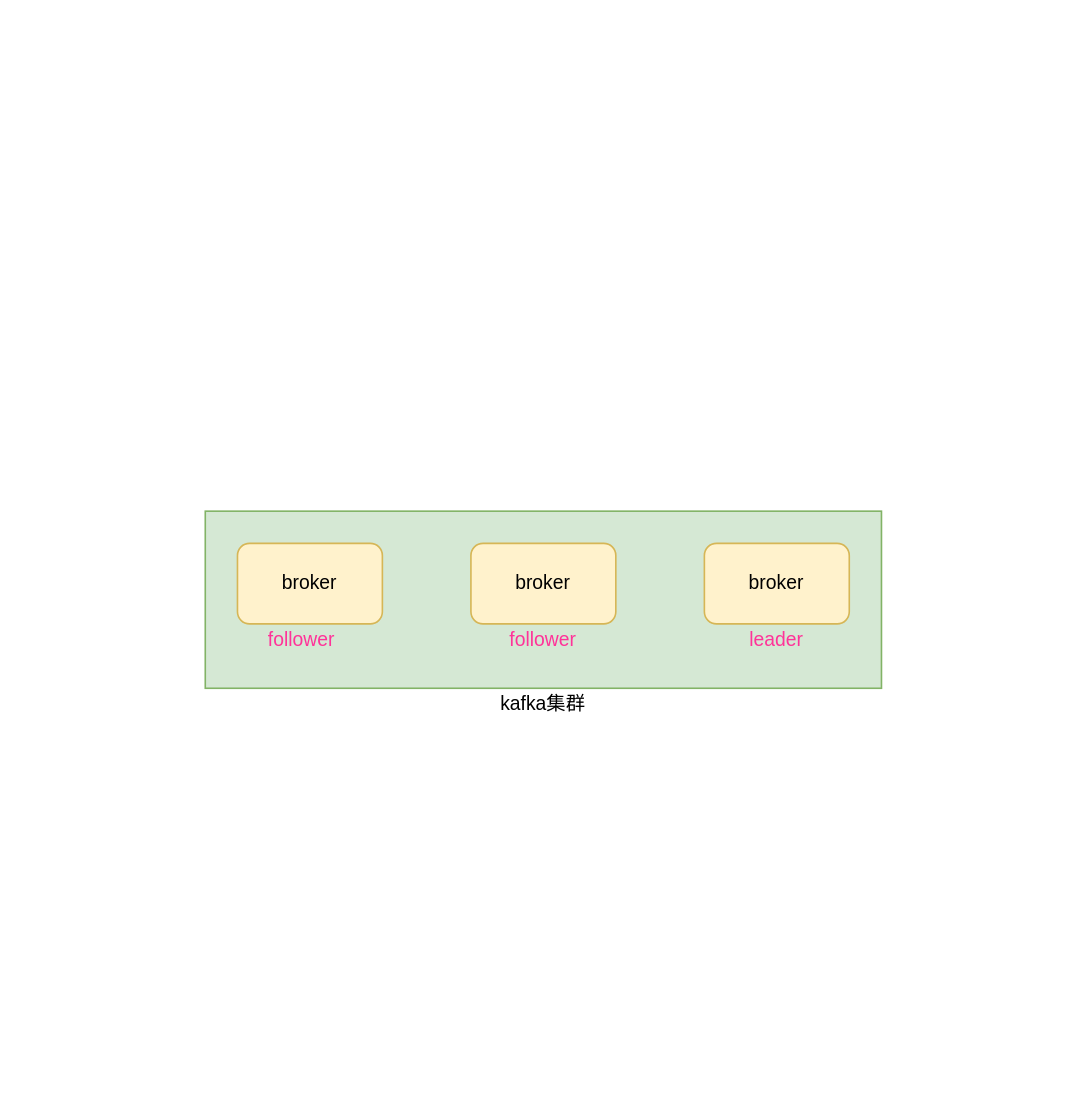
Before: src/main/resources/picture/kafka/kafka.drawio in zilanghuo/project-summary, a draw.io diagram. Source tidied: cells renumbered, new cells numbered last; positions are measured from the earlier drawing's top-left corner, leaving out a move shared by most shapes. Both pictures are drawn from the tidied source at 161%, with x=0, y=0 at pixel (204, 510).
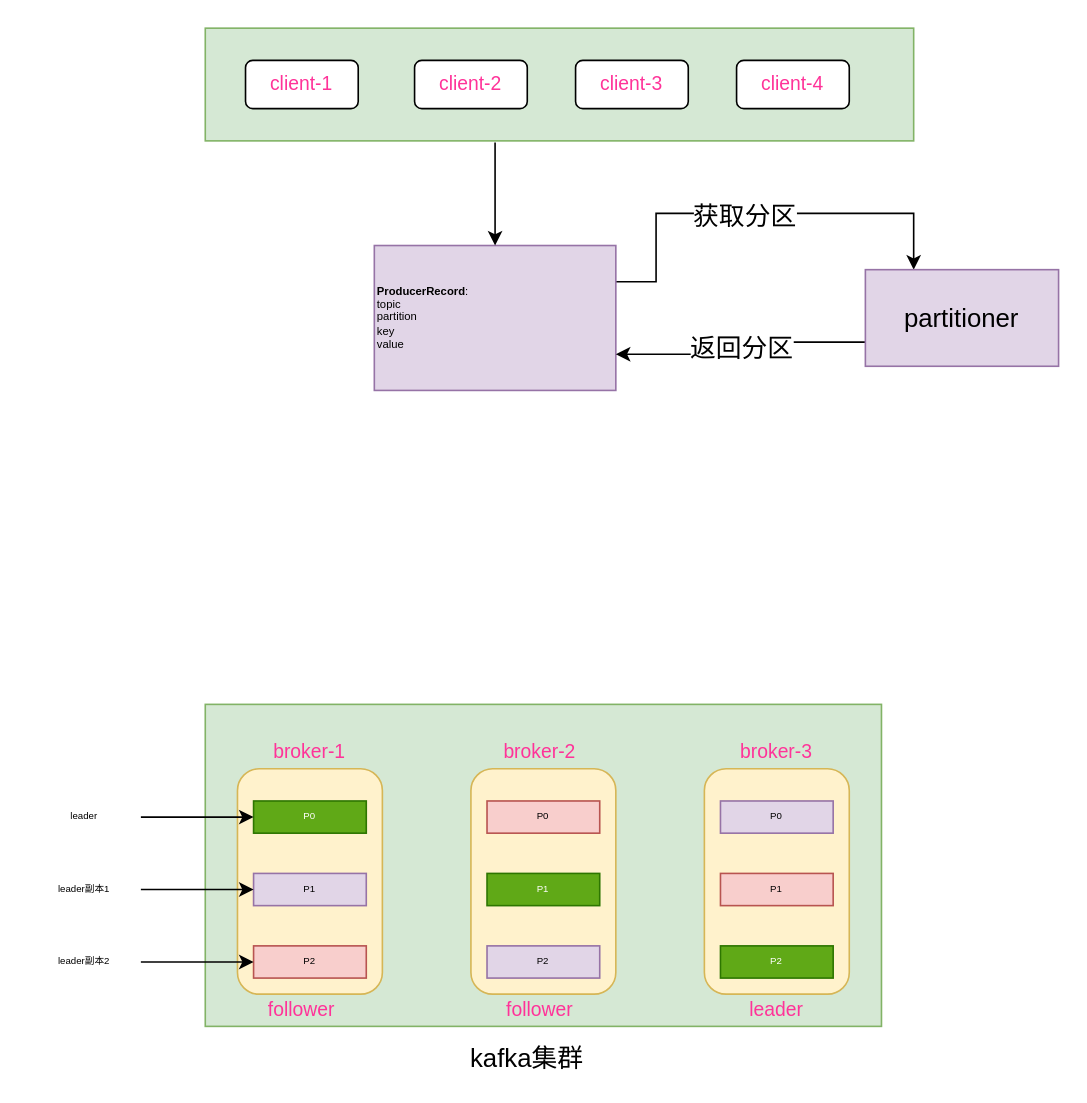
After the change.

What changed in the source:
```diff
@@
     <mxCell id="2" style="rounded=0;whiteSpace=wrap;html=1;fillColor=#d5e8d4;strokeColor=#82b366;" parent="1" vertex="1">
-      <mxGeometry width="420" height="110" as="geometry" />
+      <mxGeometry y="120" width="420" height="200" as="geometry" />
     </mxCell>
-    <mxCell id="3" value="broker" style="rounded=1;whiteSpace=wrap;html=1;fillColor=#fff2cc;strokeColor=#d6b656;" parent="1" vertex="1">
-      <mxGeometry x="20" y="20" width="90" height="50" as="geometry" />
+    <mxCell id="3" style="rounded=1;whiteSpace=wrap;html=1;fillColor=#fff2cc;strokeColor=#d6b656;" parent="1" vertex="1">
+      <mxGeometry x="20" y="160" width="90" height="140" as="geometry" />
     </mxCell>
-    <mxCell id="4" value="broker" style="rounded=1;whiteSpace=wrap;html=1;fillColor=#fff2cc;strokeColor=#d6b656;" parent="1" vertex="1">
-      <mxGeometry x="165" y="20" width="90" height="50" as="geometry" />
+    <mxCell id="4" style="rounded=1;whiteSpace=wrap;html=1;fillColor=#fff2cc;strokeColor=#d6b656;" parent="1" vertex="1">
+      <mxGeometry x="165" y="160" width="90" height="140" as="geometry" />
     </mxCell>
-    <mxCell id="5" value="broker" style="rounded=1;whiteSpace=wrap;html=1;fillColor=#fff2cc;strokeColor=#d6b656;" parent="1" vertex="1">
-      <mxGeometry x="310" y="20" width="90" height="50" as="geometry" />
+    <mxCell id="5" style="rounded=1;whiteSpace=wrap;html=1;fillColor=#fff2cc;strokeColor=#d6b656;" parent="1" vertex="1">
+      <mxGeometry x="310" y="160" width="90" height="140" as="geometry" />
     </mxCell>
-    <mxCell id="6" value="kafka集群" style="text;html=1;strokeColor=none;fillColor=none;align=center;verticalAlign=middle;whiteSpace=wrap;rounded=0;" parent="1" vertex="1">
-      <mxGeometry x="130" y="110" width="160" height="20" as="geometry" />
+    <mxCell id="6" value="kafka集群" style="text;html=1;strokeColor=none;fillColor=none;align=center;verticalAlign=middle;whiteSpace=wrap;rounded=0;fontSize=16;" parent="1" vertex="1">
+      <mxGeometry x="120" y="330" width="160" height="20" as="geometry" />
     </mxCell>
     <mxCell id="7" value="follower" style="text;html=1;strokeColor=none;fillColor=none;align=center;verticalAlign=middle;whiteSpace=wrap;rounded=0;fontColor=#FF3399;" parent="1" vertex="1">
-      <mxGeometry x="40" y="70" width="40" height="20" as="geometry" />
+      <mxGeometry x="40" y="300" width="40" height="20" as="geometry" />
     </mxCell>
     <mxCell id="8" value="follower" style="text;html=1;strokeColor=none;fillColor=none;align=center;verticalAlign=middle;whiteSpace=wrap;rounded=0;fontColor=#FF3399;" parent="1" vertex="1">
-      <mxGeometry x="190" y="70" width="40" height="20" as="geometry" />
+      <mxGeometry x="187.5" y="300" width="40" height="20" as="geometry" />
     </mxCell>
     <mxCell id="9" value="leader" style="text;html=1;strokeColor=none;fillColor=none;align=center;verticalAlign=middle;whiteSpace=wrap;rounded=0;fontColor=#FF3399;" parent="1" vertex="1">
-      <mxGeometry x="335" y="70" width="40" height="20" as="geometry" />
+      <mxGeometry x="335" y="300" width="40" height="20" as="geometry" />
     </mxCell>
+    <mxCell id="10" style="rounded=0;whiteSpace=wrap;html=1;fillColor=#d5e8d4;strokeColor=#82b366;" parent="1" vertex="1">
+      <mxGeometry y="-300" width="440" height="70" as="geometry" />
+    </mxCell>
+    <mxCell id="11" value="client-1" style="rounded=1;whiteSpace=wrap;html=1;fontColor=#FF3399;" parent="1" vertex="1">
+      <mxGeometry x="25" y="-280" width="70" height="30" as="geometry" />
+    </mxCell>
+    <mxCell id="12" value="client-2" style="rounded=1;whiteSpace=wrap;html=1;fontColor=#FF3399;" parent="1" vertex="1">
+      <mxGeometry x="130" y="-280" width="70" height="30" as="geometry" />
+    </mxCell>
+    <mxCell id="13" value="client-3" style="rounded=1;whiteSpace=wrap;html=1;fontColor=#FF3399;" parent="1" vertex="1">
+      <mxGeometry x="230" y="-280" width="70" height="30" as="geometry" />
+    </mxCell>
+    <mxCell id="14" value="client-4" style="rounded=1;whiteSpace=wrap;html=1;fontColor=#FF3399;" parent="1" vertex="1">
+      <mxGeometry x="330" y="-280" width="70" height="30" as="geometry" />
+    </mxCell>
+    <mxCell id="15" style="edgeStyle=orthogonalEdgeStyle;rounded=0;jettySize=auto;html=1;exitX=1;exitY=0.25;exitDx=0;exitDy=0;fontSize=16;fontColor=#000000;entryX=0.25;entryY=0;entryDx=0;entryDy=0;" parent="1" edge="1" source="17" target="38">
+      <mxGeometry relative="1" as="geometry">
+        <Array as="points">
+          <mxPoint x="280" y="-142" />
+          <mxPoint x="280" y="-185" />
+          <mxPoint x="440" y="-185" />
+        </Array>
+      </mxGeometry>
+    </mxCell>
+    <mxCell id="16" value="获取分区" style="text;html=1;align=center;verticalAlign=middle;labelBackgroundColor=#ffffff;fontSize=16;fontColor=#000000;" parent="15" vertex="1">
+      <mxGeometry x="-0.07" y="-1" relative="1" as="geometry" />
+    </mxCell>
+    <mxCell id="17" value="&lt;div style=&quot;text-align: left ; font-size: 7px&quot;&gt;&lt;font style=&quot;font-size: 7px&quot;&gt;&lt;b&gt;ProducerRecord&lt;/b&gt;:&lt;/font&gt;&lt;/div&gt;&lt;div style=&quot;text-align: left ; font-size: 7px&quot;&gt;&lt;font style=&quot;font-size: 7px&quot;&gt;topic&lt;/font&gt;&lt;/div&gt;&lt;div style=&quot;text-align: left ; font-size: 7px&quot;&gt;&lt;font style=&quot;font-size: 7px&quot;&gt;partition&lt;/font&gt;&lt;/div&gt;&lt;div style=&quot;text-align: left ; font-size: 7px&quot;&gt;&lt;font style=&quot;font-size: 7px&quot;&gt;key&lt;/font&gt;&lt;/div&gt;&lt;div style=&quot;text-align: left ; font-size: 7px&quot;&gt;&lt;font style=&quot;font-size: 7px&quot;&gt;value&lt;/font&gt;&lt;/div&gt;" style="rounded=0;whiteSpace=wrap;html=1;align=left;fontSize=6;fillColor=#e1d5e7;strokeColor=#9673a6;" parent="1" vertex="1">
+      <mxGeometry x="105" y="-165" width="150" height="90" as="geometry" />
+    </mxCell>
+    <mxCell id="18" style="endArrow=classic;html=1;fontColor=#FF3399;entryX=0.5;entryY=0;entryDx=0;entryDy=0;" parent="1" edge="1" target="17">
+      <mxGeometry relative="1" as="geometry">
+        <mxPoint x="180" y="-229" as="sourcePoint" />
+      </mxGeometry>
+    </mxCell>
+    <mxCell id="19" value="P0" style="rounded=0;whiteSpace=wrap;html=1;fontSize=6;fontColor=#ffffff;align=center;fillColor=#60a917;strokeColor=#2D7600;" parent="1" vertex="1">
+      <mxGeometry x="30" y="180" width="70" height="20" as="geometry" />
+    </mxCell>
+    <mxCell id="20" value="P0" style="rounded=0;whiteSpace=wrap;html=1;fontSize=6;align=center;fillColor=#f8cecc;strokeColor=#b85450;" parent="1" vertex="1">
+      <mxGeometry x="175" y="180" width="70" height="20" as="geometry" />
+    </mxCell>
+    <mxCell id="21" value="P0" style="rounded=0;whiteSpace=wrap;html=1;fontSize=6;align=center;fillColor=#e1d5e7;strokeColor=#9673a6;" parent="1" vertex="1">
+      <mxGeometry x="320" y="180" width="70" height="20" as="geometry" />
+    </mxCell>
+    <mxCell id="22" value="P1" style="rounded=0;whiteSpace=wrap;html=1;fontSize=6;align=center;fillColor=#e1d5e7;strokeColor=#9673a6;" parent="1" vertex="1">
+      <mxGeometry x="30" y="225" width="70" height="20" as="geometry" />
+    </mxCell>
+    <mxCell id="23" value="P2" style="rounded=0;whiteSpace=wrap;html=1;fontSize=6;align=center;fillColor=#f8cecc;strokeColor=#b85450;" parent="1" vertex="1">
+      <mxGeometry x="30" y="270" width="70" height="20" as="geometry" />
+    </mxCell>
+    <mxCell id="24" value="P1" style="rounded=0;whiteSpace=wrap;html=1;fontSize=6;fontColor=#ffffff;align=center;fillColor=#60a917;strokeColor=#2D7600;" parent="1" vertex="1">
+      <mxGeometry x="175" y="225" width="70" height="20" as="geometry" />
+    </mxCell>
+    <mxCell id="25" value="P2" style="rounded=0;whiteSpace=wrap;html=1;fontSize=6;align=center;fillColor=#e1d5e7;strokeColor=#9673a6;" parent="1" vertex="1">
+      <mxGeometry x="175" y="270" width="70" height="20" as="geometry" />
+    </mxCell>
+    <mxCell id="26" value="P1" style="rounded=0;whiteSpace=wrap;html=1;fontSize=6;align=center;fillColor=#f8cecc;strokeColor=#b85450;" parent="1" vertex="1">
+      <mxGeometry x="320" y="225" width="70" height="20" as="geometry" />
+    </mxCell>
+    <mxCell id="27" value="P2" style="rounded=0;whiteSpace=wrap;html=1;fontSize=6;fontColor=#ffffff;align=center;fillColor=#60a917;strokeColor=#2D7600;" parent="1" vertex="1">
+      <mxGeometry x="320" y="270" width="70" height="20" as="geometry" />
+    </mxCell>
+    <mxCell id="28" style="edgeStyle=orthogonalEdgeStyle;rounded=0;jettySize=auto;html=1;exitX=1;exitY=0.5;exitDx=0;exitDy=0;entryX=0;entryY=0.5;entryDx=0;entryDy=0;fontSize=6;fontColor=#000000;" parent="1" edge="1" source="29" target="19">
+      <mxGeometry relative="1" as="geometry" />
+    </mxCell>
+    <mxCell id="29" value="leader" style="text;html=1;strokeColor=none;fillColor=none;align=center;verticalAlign=middle;whiteSpace=wrap;rounded=0;fontSize=6;fontColor=#000000;" parent="1" vertex="1">
+      <mxGeometry x="-110" y="180" width="70" height="20" as="geometry" />
+    </mxCell>
+    <mxCell id="30" style="edgeStyle=orthogonalEdgeStyle;rounded=0;jettySize=auto;html=1;exitX=1;exitY=0.5;exitDx=0;exitDy=0;entryX=0;entryY=0.5;entryDx=0;entryDy=0;fontSize=6;fontColor=#000000;" parent="1" edge="1" source="31" target="22">
+      <mxGeometry relative="1" as="geometry" />
+    </mxCell>
+    <mxCell id="31" value="leader副本1&lt;br&gt;" style="text;html=1;strokeColor=none;fillColor=none;align=center;verticalAlign=middle;whiteSpace=wrap;rounded=0;fontSize=6;fontColor=#000000;" parent="1" vertex="1">
+      <mxGeometry x="-110" y="225" width="70" height="20" as="geometry" />
+    </mxCell>
+    <mxCell id="32" style="edgeStyle=orthogonalEdgeStyle;rounded=0;jettySize=auto;html=1;exitX=1;exitY=0.5;exitDx=0;exitDy=0;entryX=0;entryY=0.5;entryDx=0;entryDy=0;fontSize=6;fontColor=#000000;" parent="1" edge="1" source="33" target="23">
+      <mxGeometry relative="1" as="geometry" />
+    </mxCell>
+    <mxCell id="33" value="leader副本2&lt;br&gt;" style="text;html=1;strokeColor=none;fillColor=none;align=center;verticalAlign=middle;whiteSpace=wrap;rounded=0;fontSize=6;fontColor=#000000;" parent="1" vertex="1">
+      <mxGeometry x="-110" y="270" width="70" height="20" as="geometry" />
+    </mxCell>
+    <mxCell id="34" value="broker-1" style="text;html=1;strokeColor=none;fillColor=none;align=center;verticalAlign=middle;whiteSpace=wrap;rounded=0;fontColor=#FF3399;" parent="1" vertex="1">
+      <mxGeometry x="35" y="140" width="60" height="20" as="geometry" />
+    </mxCell>
+    <mxCell id="35" value="broker-2" style="text;html=1;strokeColor=none;fillColor=none;align=center;verticalAlign=middle;whiteSpace=wrap;rounded=0;fontColor=#FF3399;" parent="1" vertex="1">
+      <mxGeometry x="177.5" y="140" width="60" height="20" as="geometry" />
+    </mxCell>
+    <mxCell id="36" value="broker-3" style="text;html=1;strokeColor=none;fillColor=none;align=center;verticalAlign=middle;whiteSpace=wrap;rounded=0;fontColor=#FF3399;" parent="1" vertex="1">
+      <mxGeometry x="325" y="140" width="60" height="20" as="geometry" />
+    </mxCell>
+    <mxCell id="37" value="返回分区" style="edgeStyle=orthogonalEdgeStyle;rounded=0;jettySize=auto;html=1;exitX=0;exitY=0.75;exitDx=0;exitDy=0;entryX=1;entryY=0.75;entryDx=0;entryDy=0;fontSize=16;fontColor=#000000;" parent="1" edge="1" source="38" target="17">
+      <mxGeometry relative="1" as="geometry" />
+    </mxCell>
+    <mxCell id="38" value="&lt;span&gt;partitioner&lt;/span&gt;" style="rounded=0;whiteSpace=wrap;html=1;fontSize=16;align=center;fillColor=#e1d5e7;strokeColor=#9673a6;" parent="1" vertex="1">
+      <mxGeometry x="410" y="-150" width="120" height="60" as="geometry" />
+    </mxCell>
```
